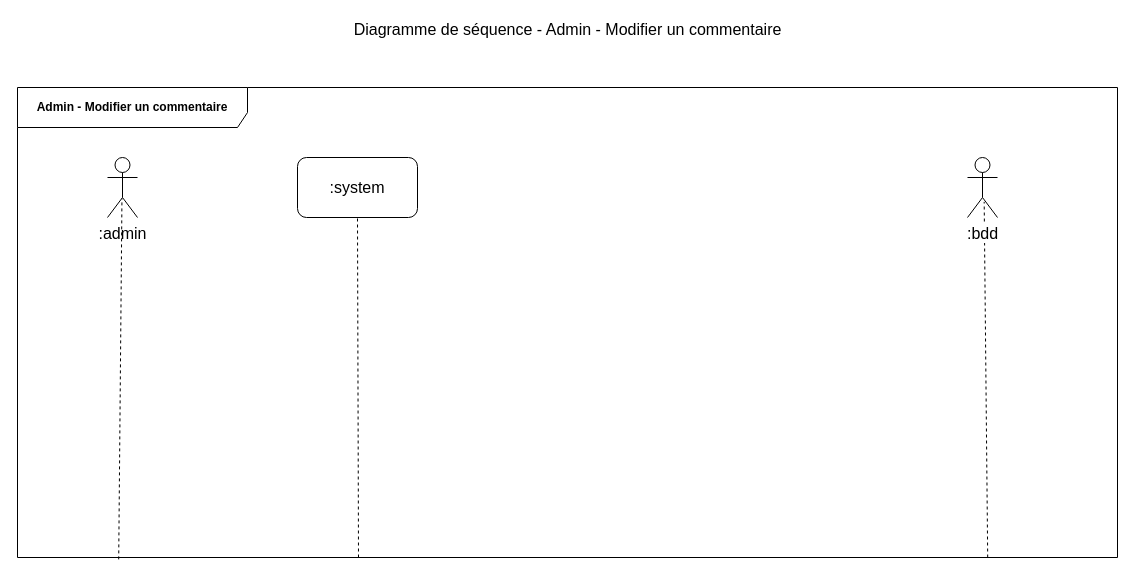
The draw.io diagram uml-diagrams/drawio/diagram-sequence-admin-update-comments.drawio in thomas-claireau/PHP---P6-Openclassrooms, before the edit. Source tidied: cells renumbered, new cells numbered last; positions are measured from the earlier drawing's top-left corner, leaving out a move shared by most shapes. Both pictures are drawn from the tidied source at 100%, with x=0, y=0 at pixel (17, 17).
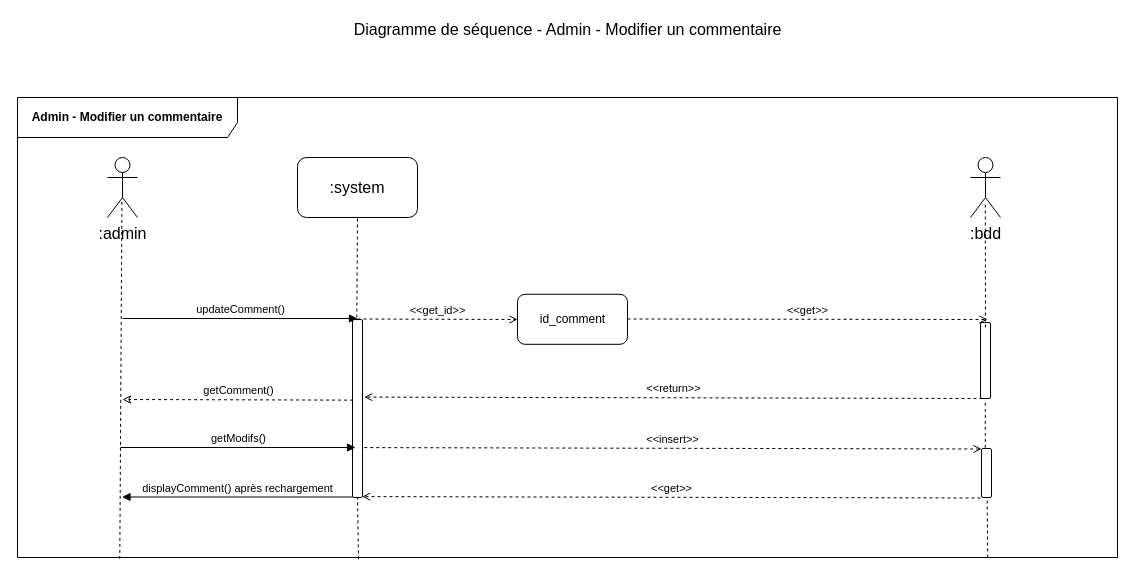
The same page after the edit.

Commit message (it also covers changes not shown here):
update sequence diagram

The change refers to these unchanged cells:
```xml
<mxCell id="4" value=":admin" style="shape=umlActor;verticalLabelPosition=bottom;labelBackgroundColor=#ffffff;verticalAlign=top;html=1;shadow=0;strokeColor=#000000;gradientColor=none;fontSize=16;align=center;" parent="1" vertex="1">
  <mxGeometry x="90" y="140" width="30" height="60" as="geometry" />
</mxCell>
<mxCell id="5" value=":system" style="rounded=1;whiteSpace=wrap;html=1;shadow=0;labelBackgroundColor=#ffffff;strokeColor=#000000;gradientColor=none;fontSize=16;align=center;" parent="1" vertex="1">
  <mxGeometry x="280" y="140" width="120" height="60" as="geometry" />
</mxCell>
```

Change to the diagram source:
```diff
@@
-    <mxCell id="2" value="Admin - Modifier un commentaire" style="shape=umlFrame;whiteSpace=wrap;html=1;width=230;height=40;fontStyle=1;labelBackgroundColor=#ffffff;labelBorderColor=none;gradientColor=none;swimlaneFillColor=none;shadow=0;strokeColor=#000000;" parent="1" vertex="1">
-      <mxGeometry y="70" width="1100" height="470" as="geometry" />
+    <mxCell id="2" value="Admin - Modifier un commentaire" style="shape=umlFrame;whiteSpace=wrap;html=1;width=220;height=40;fontStyle=1;labelBackgroundColor=#ffffff;labelBorderColor=none;gradientColor=none;swimlaneFillColor=none;shadow=0;strokeColor=#000000;" parent="1" vertex="1">
+      <mxGeometry y="80" width="1100" height="460" as="geometry" />
     </mxCell>
@@
-    <mxCell id="6" style="endArrow=none;dashed=1;html=1;fontSize=16;entryX=0.482;entryY=0.683;entryDx=0;entryDy=0;entryPerimeter=0;exitX=0.092;exitY=1.004;exitDx=0;exitDy=0;exitPerimeter=0;" parent="1" edge="1" source="2" target="4">
+    <mxCell id="6" style="endArrow=none;dashed=1;html=1;fontSize=16;entryX=0.482;entryY=0.683;entryDx=0;entryDy=0;entryPerimeter=0;exitX=0.093;exitY=1.003;exitDx=0;exitDy=0;exitPerimeter=0;" parent="1" edge="1" source="2" target="4">
       <mxGeometry relative="1" as="geometry" />
     </mxCell>
-    <mxCell id="7" style="endArrow=none;dashed=1;html=1;fontSize=16;entryX=0.5;entryY=1;entryDx=0;entryDy=0;exitX=0.31;exitY=1;exitDx=0;exitDy=0;exitPerimeter=0;" parent="1" edge="1" source="2" target="5">
-      <mxGeometry relative="1" as="geometry" />
-    </mxCell>
-    <mxCell id="8" style="endArrow=none;dashed=1;html=1;fontSize=16;entryX=0.556;entryY=0.739;entryDx=0;entryDy=0;entryPerimeter=0;exitX=0.882;exitY=1;exitDx=0;exitDy=0;exitPerimeter=0;" parent="1" edge="1" source="2" target="9">
-      <mxGeometry relative="1" as="geometry" />
-    </mxCell>
+    <mxCell id="10" style="endArrow=none;dashed=1;html=1;fontSize=16;entryX=0.5;entryY=1;entryDx=0;entryDy=0;exitX=0.31;exitY=1;exitDx=0;exitDy=0;exitPerimeter=0;" parent="1" edge="1" source="13" target="5">
+      <mxGeometry relative="1" as="geometry" />
+    </mxCell>
     <mxCell id="9" value=":bdd" style="shape=umlActor;verticalLabelPosition=bottom;labelBackgroundColor=#ffffff;verticalAlign=top;html=1;shadow=0;strokeColor=#000000;gradientColor=none;fontSize=16;align=center;" parent="1" vertex="1">
-      <mxGeometry x="950" y="140" width="30" height="60" as="geometry" />
+      <mxGeometry x="953" y="140" width="30" height="60" as="geometry" />
     </mxCell>
+    <mxCell id="11" value="id_comment" style="html=1;gradientColor=none;rounded=1;" parent="1" vertex="1">
+      <mxGeometry x="500" y="276.8" width="110" height="50" as="geometry" />
+    </mxCell>
+    <mxCell id="12" value="&amp;lt;&amp;lt;get_id&amp;gt;&amp;gt;" style="html=1;verticalAlign=bottom;endArrow=open;fontSize=11;dashed=1;endFill=0;" parent="1" edge="1">
+      <mxGeometry relative="1" as="geometry">
+        <mxPoint x="340" y="301.5" as="sourcePoint" />
+        <mxPoint x="500" y="302" as="targetPoint" />
+      </mxGeometry>
+    </mxCell>
+    <mxCell id="13" style="html=1;points=[];perimeter=orthogonalPerimeter;rounded=1;gradientColor=none;" parent="1" vertex="1">
+      <mxGeometry x="335" y="302" width="10" height="178" as="geometry" />
+    </mxCell>
+    <mxCell id="14" style="endArrow=none;dashed=1;html=1;fontSize=16;entryX=0.5;entryY=1;entryDx=0;entryDy=0;exitX=0.31;exitY=1.004;exitDx=0;exitDy=0;exitPerimeter=0;" parent="1" edge="1" source="2" target="13">
+      <mxGeometry relative="1" as="geometry" />
+    </mxCell>
+    <mxCell id="15" value="updateComment()" style="html=1;verticalAlign=bottom;endArrow=block;fontSize=11;" parent="1" edge="1">
+      <mxGeometry relative="1" as="geometry">
+        <mxPoint x="105" y="301" as="sourcePoint" />
+        <mxPoint x="340" y="301" as="targetPoint" />
+      </mxGeometry>
+    </mxCell>
+    <mxCell id="16" style="html=1;points=[];perimeter=orthogonalPerimeter;rounded=1;gradientColor=none;" parent="1" vertex="1">
+      <mxGeometry x="963" y="305" width="10" height="76" as="geometry" />
+    </mxCell>
+    <mxCell id="17" value="&amp;lt;&amp;lt;get&amp;gt;&amp;gt;" style="html=1;verticalAlign=bottom;endArrow=open;fontSize=11;dashed=1;endFill=0;" parent="1" edge="1">
+      <mxGeometry relative="1" as="geometry">
+        <mxPoint x="610" y="301.5" as="sourcePoint" />
+        <mxPoint x="970" y="302" as="targetPoint" />
+      </mxGeometry>
+    </mxCell>
+    <mxCell id="18" value="&amp;lt;&amp;lt;return&amp;gt;&amp;gt;" style="html=1;verticalAlign=bottom;endArrow=open;fontSize=11;dashed=1;endFill=0;entryX=1.168;entryY=0.713;entryDx=0;entryDy=0;entryPerimeter=0;exitX=0.146;exitY=0.999;exitDx=0;exitDy=0;exitPerimeter=0;" parent="1" edge="1">
+      <mxGeometry relative="1" as="geometry">
+        <mxPoint x="965" y="381" as="sourcePoint" />
+        <mxPoint x="346.7" y="379.6" as="targetPoint" />
+      </mxGeometry>
+    </mxCell>
+    <mxCell id="19" value="getComment()" style="html=1;verticalAlign=bottom;endArrow=classic;fontSize=11;exitX=0.057;exitY=0.453;exitDx=0;exitDy=0;exitPerimeter=0;dashed=1;endFill=0;" parent="1" edge="1" source="13">
+      <mxGeometry relative="1" as="geometry">
+        <mxPoint x="105" y="382" as="targetPoint" />
+      </mxGeometry>
+    </mxCell>
+    <mxCell id="20" style="endArrow=none;dashed=1;html=1;fontSize=16;entryX=0.493;entryY=0.739;entryDx=0;entryDy=0;entryPerimeter=0;" parent="1" edge="1" target="9">
+      <mxGeometry relative="1" as="geometry">
+        <mxPoint x="968" y="310" as="sourcePoint" />
+      </mxGeometry>
+    </mxCell>
+    <mxCell id="21" value="getModifs()" style="html=1;verticalAlign=bottom;endArrow=block;fontSize=11;" parent="1" edge="1">
+      <mxGeometry relative="1" as="geometry">
+        <mxPoint x="103" y="430" as="sourcePoint" />
+        <mxPoint x="338" y="430" as="targetPoint" />
+      </mxGeometry>
+    </mxCell>
+    <mxCell id="22" style="endArrow=none;dashed=1;html=1;fontSize=16;entryX=0.556;entryY=0.739;entryDx=0;entryDy=0;entryPerimeter=0;exitX=0.882;exitY=1;exitDx=0;exitDy=0;exitPerimeter=0;" parent="1" edge="1" source="2" target="23">
+      <mxGeometry relative="1" as="geometry" />
+    </mxCell>
+    <mxCell id="23" style="html=1;points=[];perimeter=orthogonalPerimeter;rounded=1;gradientColor=none;" parent="1" vertex="1">
+      <mxGeometry x="964" y="431" width="10" height="49" as="geometry" />
+    </mxCell>
+    <mxCell id="24" value="&amp;lt;&amp;lt;insert&amp;gt;&amp;gt;" style="html=1;verticalAlign=bottom;endArrow=none;fontSize=11;dashed=1;endFill=0;entryX=1.168;entryY=0.713;entryDx=0;entryDy=0;entryPerimeter=0;exitX=0.146;exitY=0.999;exitDx=0;exitDy=0;exitPerimeter=0;startArrow=open;startFill=0;" parent="1" edge="1">
+      <mxGeometry relative="1" as="geometry">
+        <mxPoint x="964" y="431.5" as="sourcePoint" />
+        <mxPoint x="345.7" y="430.1" as="targetPoint" />
+      </mxGeometry>
+    </mxCell>
+    <mxCell id="25" style="endArrow=none;dashed=1;html=1;entryX=0.479;entryY=1.037;entryDx=0;entryDy=0;entryPerimeter=0;exitX=0.379;exitY=-0.013;exitDx=0;exitDy=0;exitPerimeter=0;" parent="1" edge="1" source="23" target="16">
+      <mxGeometry relative="1" as="geometry" />
+    </mxCell>
+    <mxCell id="26" value="&amp;lt;&amp;lt;get&amp;gt;&amp;gt;" style="html=1;verticalAlign=bottom;endArrow=open;fontSize=11;dashed=1;endFill=0;entryX=1.168;entryY=0.713;entryDx=0;entryDy=0;entryPerimeter=0;exitX=0.146;exitY=0.999;exitDx=0;exitDy=0;exitPerimeter=0;startArrow=none;startFill=0;" parent="1" edge="1">
+      <mxGeometry relative="1" as="geometry">
+        <mxPoint x="963" y="480.5" as="sourcePoint" />
+        <mxPoint x="344.7" y="479.1" as="targetPoint" />
+      </mxGeometry>
+    </mxCell>
+    <mxCell id="27" value="displayComment() après rechargement" style="html=1;verticalAlign=bottom;endArrow=block;fontSize=11;exitX=0.057;exitY=0.667;exitDx=0;exitDy=0;exitPerimeter=0;" parent="1" edge="1">
+      <mxGeometry relative="1" as="geometry">
+        <mxPoint x="335.1" y="479.5" as="sourcePoint" />
+        <mxPoint x="104.5" y="479.5" as="targetPoint" />
+      </mxGeometry>
+    </mxCell>
```
